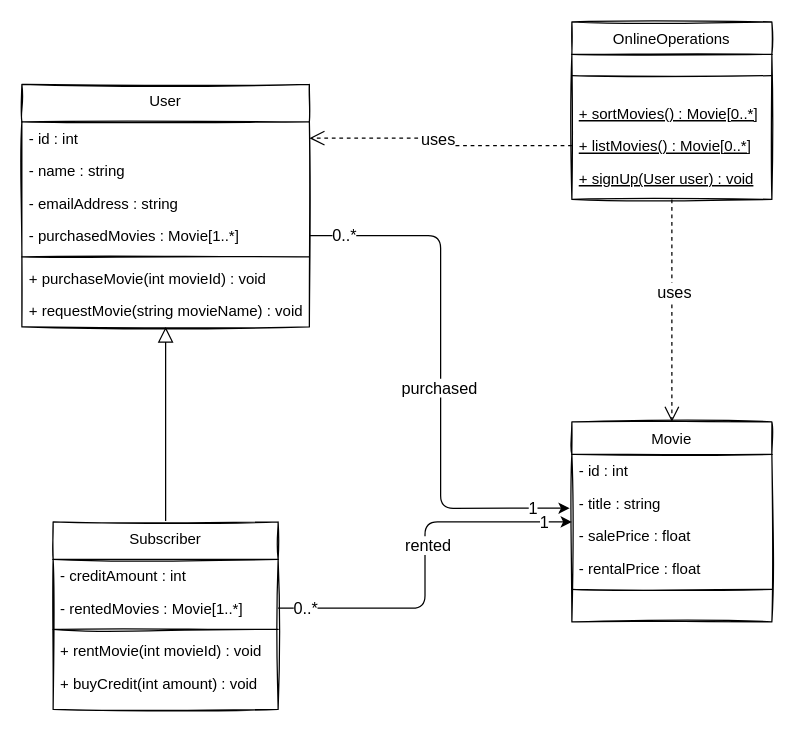
Above: OdevOnlineFilmSistemi.drawio in scelikcapa/kodluyoruzilkrepo (draw.io), before the change. Source tidied: cells renumbered, new cells numbered last; positions are measured from the earlier drawing's top-left corner, leaving out a move shared by most shapes. Both pictures are drawn from the tidied source at 125%, with x=0, y=0 at pixel (21, 21).
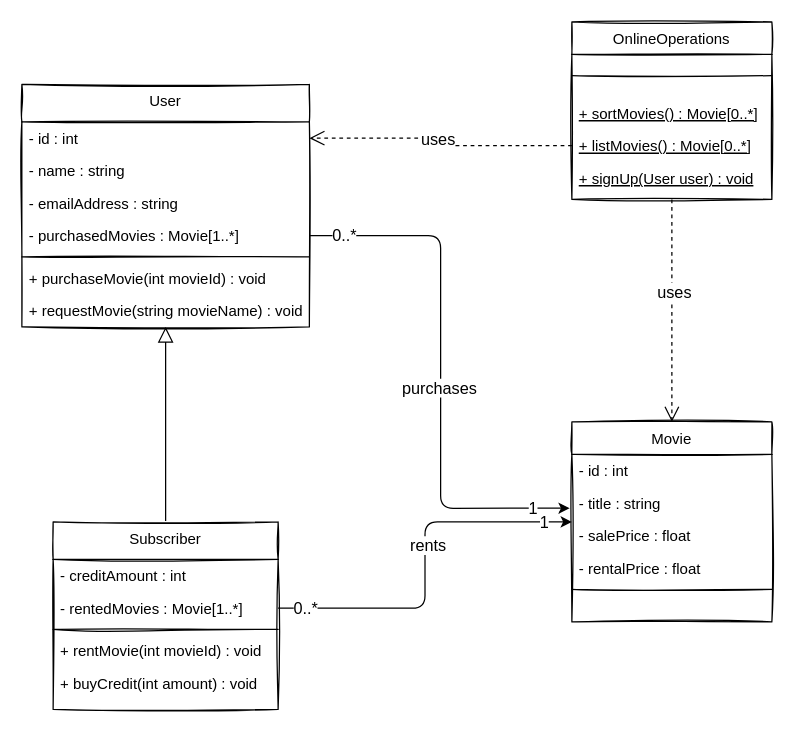
The same page after the edit.

Unchanged cells that the change refers to:
```xml
<mxCell id="22" style="endArrow=classic;shadow=0;strokeWidth=1;rounded=1;endFill=1;edgeStyle=orthogonalEdgeStyle;elbow=vertical;sketch=0;exitX=1;exitY=0.5;exitDx=0;exitDy=0;" parent="1" edge="1" source="5" target="16">
  <mxGeometry x="0.5" y="41" relative="1" as="geometry">
    <mxPoint x="-40" y="32" as="offset" />
  </mxGeometry>
</mxCell>
<mxCell id="26" style="endArrow=classic;shadow=0;strokeWidth=1;rounded=1;endFill=1;edgeStyle=orthogonalEdgeStyle;elbow=vertical;sketch=0;exitX=1;exitY=0.5;exitDx=0;exitDy=0;entryX=-0.011;entryY=0.656;entryDx=0;entryDy=0;entryPerimeter=0;" parent="1" edge="1" source="34" target="18">
  <mxGeometry x="0.5" y="41" relative="1" as="geometry">
    <mxPoint x="-40" y="32" as="offset" />
  </mxGeometry>
</mxCell>
```

The edit, as a diff of the source:
```diff
@@
-    <mxCell id="24" value="rented" style="edgeLabel;html=1;align=center;verticalAlign=middle;fontSize=13;" parent="22" vertex="1">
+    <mxCell id="24" value="rents" style="edgeLabel;html=1;align=center;verticalAlign=middle;fontSize=13;" parent="22" vertex="1">
       <mxGeometry x="0.08" y="-2" relative="1" as="geometry">
         <mxPoint y="-4" as="offset" />
       </mxGeometry>
     </mxCell>
@@
-    <mxCell id="28" value="purchased" style="edgeLabel;html=1;align=center;verticalAlign=middle;fontSize=13;" parent="26" vertex="1">
+    <mxCell id="28" value="purchases" style="edgeLabel;html=1;align=center;verticalAlign=middle;fontSize=13;" parent="26" vertex="1">
       <mxGeometry x="0.08" y="-2" relative="1" as="geometry">
         <mxPoint y="-4" as="offset" />
       </mxGeometry>
     </mxCell>
```
